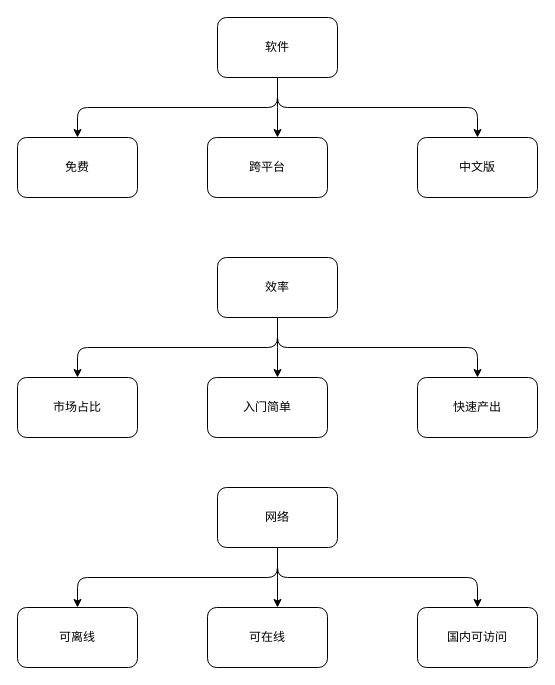
Above: 工具和软件.drawio in evan2020/draw (draw.io), before the change. Source tidied: cells renumbered, new cells numbered last; positions are measured from the earlier drawing's top-left corner, leaving out a move shared by most shapes. Both pictures are drawn from the tidied source at 100%, with x=0, y=0 at pixel (17, 17).
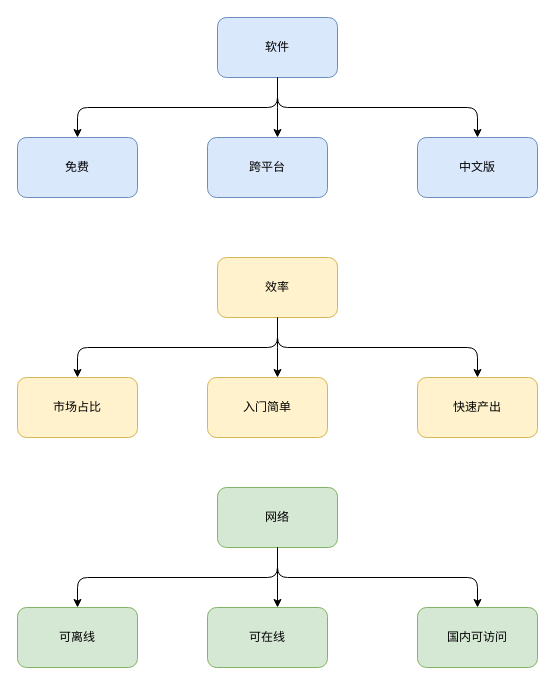
The same page after the edit.

The edit, as a diff of the source:
```diff
@@
-    <mxCell id="3" value="软件" style="rounded=1;whiteSpace=wrap;html=1;" parent="1" vertex="1">
+    <mxCell id="3" value="软件" style="rounded=1;whiteSpace=wrap;html=1;fillColor=#dae8fc;strokeColor=#6c8ebf;" parent="1" vertex="1">
       <mxGeometry x="200" width="120" height="60" as="geometry" />
     </mxCell>
@@
-    <mxCell id="5" value="免费" style="rounded=1;whiteSpace=wrap;html=1;" parent="1" vertex="1">
+    <mxCell id="5" value="免费" style="rounded=1;whiteSpace=wrap;html=1;fillColor=#dae8fc;strokeColor=#6c8ebf;" parent="1" vertex="1">
       <mxGeometry y="120" width="120" height="60" as="geometry" />
     </mxCell>
-    <mxCell id="6" value="跨平台" style="rounded=1;whiteSpace=wrap;html=1;" parent="1" vertex="1">
+    <mxCell id="6" value="跨平台" style="rounded=1;whiteSpace=wrap;html=1;fillColor=#dae8fc;strokeColor=#6c8ebf;" parent="1" vertex="1">
       <mxGeometry x="190" y="120" width="120" height="60" as="geometry" />
     </mxCell>
@@
-    <mxCell id="8" value="中文版" style="rounded=1;whiteSpace=wrap;html=1;" parent="1" vertex="1">
+    <mxCell id="8" value="中文版" style="rounded=1;whiteSpace=wrap;html=1;fillColor=#dae8fc;strokeColor=#6c8ebf;" parent="1" vertex="1">
       <mxGeometry x="400" y="120" width="120" height="60" as="geometry" />
     </mxCell>
@@
-    <mxCell id="10" value="效率" style="rounded=1;whiteSpace=wrap;html=1;" parent="1" vertex="1">
+    <mxCell id="10" value="效率" style="rounded=1;whiteSpace=wrap;html=1;fillColor=#fff2cc;strokeColor=#d6b656;" parent="1" vertex="1">
       <mxGeometry x="200" y="240" width="120" height="60" as="geometry" />
     </mxCell>
@@
-    <mxCell id="12" value="市场占比" style="rounded=1;whiteSpace=wrap;html=1;" parent="1" vertex="1">
+    <mxCell id="12" value="市场占比" style="rounded=1;whiteSpace=wrap;html=1;fillColor=#fff2cc;strokeColor=#d6b656;" parent="1" vertex="1">
       <mxGeometry y="360" width="120" height="60" as="geometry" />
     </mxCell>
-    <mxCell id="13" value="入门简单" style="rounded=1;whiteSpace=wrap;html=1;" parent="1" vertex="1">
+    <mxCell id="13" value="入门简单" style="rounded=1;whiteSpace=wrap;html=1;fillColor=#fff2cc;strokeColor=#d6b656;" parent="1" vertex="1">
       <mxGeometry x="190" y="360" width="120" height="60" as="geometry" />
     </mxCell>
@@
-    <mxCell id="15" value="快速产出" style="rounded=1;whiteSpace=wrap;html=1;" parent="1" vertex="1">
+    <mxCell id="15" value="快速产出" style="rounded=1;whiteSpace=wrap;html=1;fillColor=#fff2cc;strokeColor=#d6b656;" parent="1" vertex="1">
       <mxGeometry x="400" y="360" width="120" height="60" as="geometry" />
     </mxCell>
@@
-    <mxCell id="17" value="网络" style="rounded=1;whiteSpace=wrap;html=1;" parent="1" vertex="1">
+    <mxCell id="17" value="网络" style="rounded=1;whiteSpace=wrap;html=1;fillColor=#d5e8d4;strokeColor=#82b366;" parent="1" vertex="1">
       <mxGeometry x="200" y="470" width="120" height="60" as="geometry" />
     </mxCell>
@@
-    <mxCell id="19" value="可离线" style="rounded=1;whiteSpace=wrap;html=1;" parent="1" vertex="1">
+    <mxCell id="19" value="可离线" style="rounded=1;whiteSpace=wrap;html=1;fillColor=#d5e8d4;strokeColor=#82b366;" parent="1" vertex="1">
       <mxGeometry y="590" width="120" height="60" as="geometry" />
     </mxCell>
-    <mxCell id="20" value="可在线" style="rounded=1;whiteSpace=wrap;html=1;" parent="1" vertex="1">
+    <mxCell id="20" value="可在线" style="rounded=1;whiteSpace=wrap;html=1;fillColor=#d5e8d4;strokeColor=#82b366;" parent="1" vertex="1">
       <mxGeometry x="190" y="590" width="120" height="60" as="geometry" />
     </mxCell>
@@
-    <mxCell id="22" value="国内可访问" style="rounded=1;whiteSpace=wrap;html=1;" parent="1" vertex="1">
+    <mxCell id="22" value="国内可访问" style="rounded=1;whiteSpace=wrap;html=1;fillColor=#d5e8d4;strokeColor=#82b366;" parent="1" vertex="1">
       <mxGeometry x="400" y="590" width="120" height="60" as="geometry" />
     </mxCell>
```
